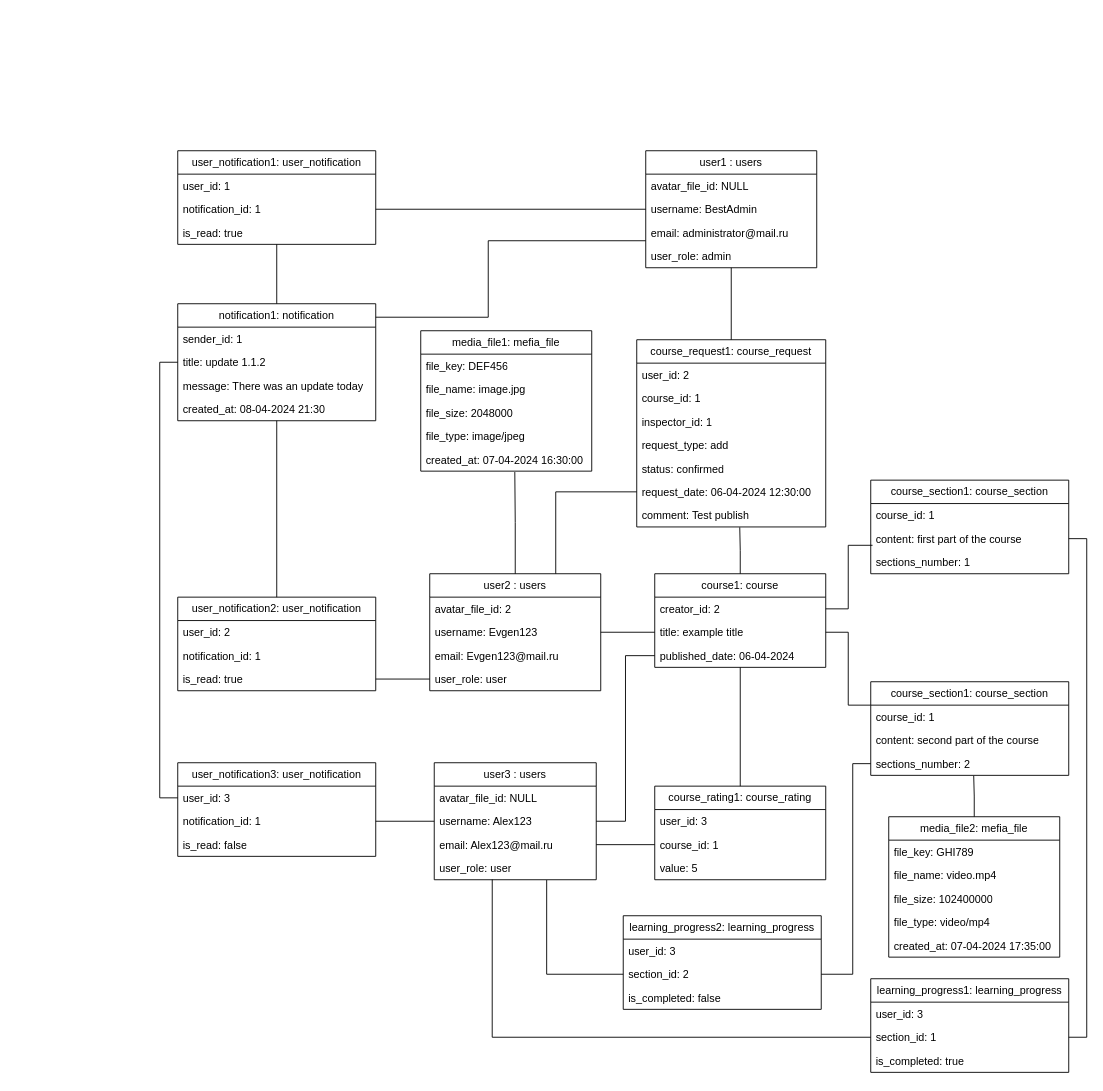
The draw.io diagram diagrams/Диаграмма объектов (Object diagram)/Диаграмма объектов.drawio in sahland/9.5-Team, before the edit. Source tidied: cells renumbered, new cells numbered last; positions are measured from the earlier drawing's top-left corner, leaving out a move shared by most shapes. Both pictures are drawn from the tidied source at 90%, with x=0, y=0 at pixel (177, 150).
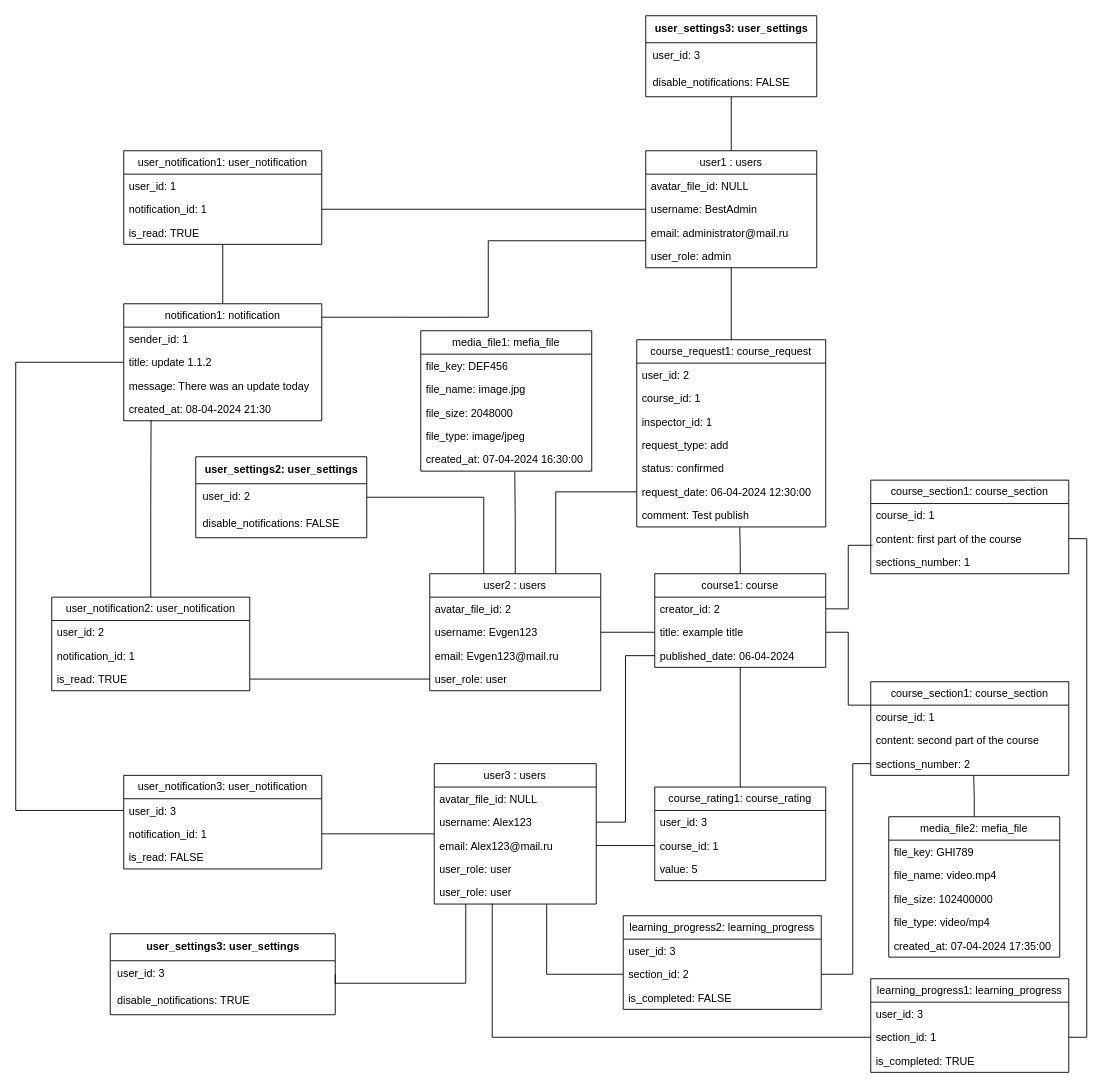
Above is the later version.

Commit message (it also covers changes not shown here):
fix: diagrams add user_setings

The change refers to these unchanged cells:
```xml
<mxCell id="3" value="user2 : users" style="swimlane;fontStyle=0;horizontal=1;startSize=26;fillColor=none;whiteSpace=wrap;html=1;" parent="1" vertex="1">
  <mxGeometry x="280" y="470" width="190" height="130" as="geometry" />
</mxCell>
<mxCell id="49" value="learning_progress1: learning_progress" style="swimlane;fontStyle=0;horizontal=1;startSize=26;fillColor=none;whiteSpace=wrap;html=1;" parent="1" vertex="1">
  <mxGeometry x="770" y="920" width="220" height="104" as="geometry" />
</mxCell>
<mxCell id="54" value="learning_progress2: learning_progress" style="swimlane;fontStyle=0;horizontal=1;startSize=26;fillColor=none;whiteSpace=wrap;html=1;" parent="1" vertex="1">
  <mxGeometry x="495" y="850" width="220" height="104" as="geometry" />
</mxCell>
<mxCell id="69" value="user1 : users" style="swimlane;fontStyle=0;horizontal=1;startSize=26;fillColor=none;whiteSpace=wrap;html=1;" parent="1" vertex="1">
  <mxGeometry x="520" width="190" height="130" as="geometry" />
</mxCell>
<mxCell id="79" value="title: update 1.1.2" style="text;strokeColor=none;fillColor=none;align=left;verticalAlign=top;spacingLeft=4;spacingRight=4;overflow=hidden;points=[[0,0.5],[1,0.5]];portConstraint=eastwest;whiteSpace=wrap;html=1;" parent="77" vertex="1">
  <mxGeometry y="52" width="220" height="26" as="geometry" />
</mxCell>
<mxCell id="81" value="created_at: 08-04-2024 21:30" style="text;strokeColor=none;fillColor=none;align=left;verticalAlign=top;spacingLeft=4;spacingRight=4;overflow=hidden;points=[[0,0.5],[1,0.5]];portConstraint=eastwest;whiteSpace=wrap;html=1;" parent="77" vertex="1">
  <mxGeometry y="104" width="220" height="26" as="geometry" />
</mxCell>
<mxCell id="91" value="user_id: 3" style="text;strokeColor=none;fillColor=none;align=left;verticalAlign=top;spacingLeft=4;spacingRight=4;overflow=hidden;points=[[0,0.5],[1,0.5]];portConstraint=eastwest;whiteSpace=wrap;html=1;" parent="90" vertex="1">
  <mxGeometry y="26" width="220" height="26" as="geometry" />
</mxCell>
```

What changed in the source:
```diff
@@
+    <mxCell id="100" style="edgeStyle=orthogonalEdgeStyle;rounded=0;jettySize=auto;html=1;entryX=1;entryY=0.5;entryDx=0;entryDy=0;endArrow=none;endFill=0;" parent="1" edge="1" source="3" target="104">
+      <mxGeometry relative="1" as="geometry">
+        <Array as="points">
+          <mxPoint x="340" y="385" />
+        </Array>
+      </mxGeometry>
+    </mxCell>
@@
+    <mxCell id="101" style="edgeStyle=orthogonalEdgeStyle;rounded=0;jettySize=auto;html=1;entryX=1;entryY=0.5;entryDx=0;entryDy=0;endArrow=none;endFill=0;" parent="1" edge="1" source="22" target="109">
+      <mxGeometry relative="1" as="geometry">
+        <Array as="points">
+          <mxPoint x="320" y="925" />
+        </Array>
+      </mxGeometry>
+    </mxCell>
     <mxCell id="22" value="user3 : users" style="swimlane;fontStyle=0;horizontal=1;startSize=26;fillColor=none;whiteSpace=wrap;html=1;" parent="1" vertex="1">
-      <mxGeometry x="285" y="680" width="180" height="130" as="geometry" />
+      <mxGeometry x="285" y="681" width="180" height="156" as="geometry" />
     </mxCell>
@@
+    <mxCell id="102" value="user_role: user" style="text;strokeColor=none;fillColor=none;align=left;verticalAlign=top;spacingLeft=4;spacingRight=4;overflow=hidden;whiteSpace=wrap;html=1;" parent="22" vertex="1">
+      <mxGeometry y="104" width="180" height="26" as="geometry" />
+    </mxCell>
     <mxCell id="26" value="user_role: user" style="text;strokeColor=none;fillColor=none;align=left;verticalAlign=top;spacingLeft=4;spacingRight=4;overflow=hidden;points=[[0,0.5],[1,0.5]];portConstraint=eastwest;whiteSpace=wrap;html=1;" parent="22" vertex="1">
-      <mxGeometry y="104" width="180" height="26" as="geometry" />
+      <mxGeometry y="130" width="180" height="26" as="geometry" />
     </mxCell>
@@
     <mxCell id="28" value="course_rating1: course_rating" style="swimlane;fontStyle=0;horizontal=1;startSize=26;fillColor=none;whiteSpace=wrap;html=1;" parent="1" vertex="1">
-      <mxGeometry x="530" y="706" width="190" height="104" as="geometry" />
+      <mxGeometry x="530" y="707" width="190" height="104" as="geometry" />
     </mxCell>
@@
-    <mxCell id="52" value="is_completed: true" style="text;strokeColor=none;fillColor=none;align=left;verticalAlign=top;spacingLeft=4;spacingRight=4;overflow=hidden;whiteSpace=wrap;html=1;" parent="49" vertex="1">
+    <mxCell id="52" value="is_completed: TRUE" style="text;strokeColor=none;fillColor=none;align=left;verticalAlign=top;spacingLeft=4;spacingRight=4;overflow=hidden;whiteSpace=wrap;html=1;" parent="49" vertex="1">
       <mxGeometry y="78" width="220" height="26" as="geometry" />
     </mxCell>
@@
-    <mxCell id="57" value="is_completed: false" style="text;strokeColor=none;fillColor=none;align=left;verticalAlign=top;spacingLeft=4;spacingRight=4;overflow=hidden;whiteSpace=wrap;html=1;" parent="54" vertex="1">
+    <mxCell id="57" value="is_completed: FALSE" style="text;strokeColor=none;fillColor=none;align=left;verticalAlign=top;spacingLeft=4;spacingRight=4;overflow=hidden;whiteSpace=wrap;html=1;" parent="54" vertex="1">
       <mxGeometry y="78" width="220" height="26" as="geometry" />
     </mxCell>
@@
     <mxCell id="77" value="notification1: notification" style="swimlane;fontStyle=0;horizontal=1;startSize=26;fillColor=none;whiteSpace=wrap;html=1;" parent="1" vertex="1">
-      <mxGeometry y="170" width="220" height="130" as="geometry" />
+      <mxGeometry x="-60" y="170" width="220" height="130" as="geometry" />
     </mxCell>
@@
     <mxCell id="82" value="user_notification1: user_notification" style="swimlane;fontStyle=0;horizontal=1;startSize=26;fillColor=none;whiteSpace=wrap;html=1;" parent="1" vertex="1">
-      <mxGeometry width="220" height="104" as="geometry" />
+      <mxGeometry x="-60" width="220" height="104" as="geometry" />
     </mxCell>
@@
-    <mxCell id="85" value="is_read: true" style="text;strokeColor=none;fillColor=none;align=left;verticalAlign=top;spacingLeft=4;spacingRight=4;overflow=hidden;points=[[0,0.5],[1,0.5]];portConstraint=eastwest;whiteSpace=wrap;html=1;" parent="82" vertex="1">
+    <mxCell id="85" value="is_read: TRUE" style="text;strokeColor=none;fillColor=none;align=left;verticalAlign=top;spacingLeft=4;spacingRight=4;overflow=hidden;points=[[0,0.5],[1,0.5]];portConstraint=eastwest;whiteSpace=wrap;html=1;" parent="82" vertex="1">
       <mxGeometry y="78" width="220" height="26" as="geometry" />
     </mxCell>
     <mxCell id="86" value="user_notification2: user_notification" style="swimlane;fontStyle=0;horizontal=1;startSize=26;fillColor=none;whiteSpace=wrap;html=1;" parent="1" vertex="1">
-      <mxGeometry y="496" width="220" height="104" as="geometry" />
+      <mxGeometry x="-140" y="496" width="220" height="104" as="geometry" />
     </mxCell>
@@
-    <mxCell id="89" value="is_read: true" style="text;strokeColor=none;fillColor=none;align=left;verticalAlign=top;spacingLeft=4;spacingRight=4;overflow=hidden;points=[[0,0.5],[1,0.5]];portConstraint=eastwest;whiteSpace=wrap;html=1;" parent="86" vertex="1">
+    <mxCell id="89" value="is_read: TRUE" style="text;strokeColor=none;fillColor=none;align=left;verticalAlign=top;spacingLeft=4;spacingRight=4;overflow=hidden;points=[[0,0.5],[1,0.5]];portConstraint=eastwest;whiteSpace=wrap;html=1;" parent="86" vertex="1">
       <mxGeometry y="78" width="220" height="26" as="geometry" />
     </mxCell>
     <mxCell id="90" value="user_notification3: user_notification" style="swimlane;fontStyle=0;horizontal=1;startSize=26;fillColor=none;whiteSpace=wrap;html=1;" parent="1" vertex="1">
-      <mxGeometry y="680" width="220" height="104" as="geometry" />
+      <mxGeometry x="-60" y="694" width="220" height="104" as="geometry" />
     </mxCell>
@@
-    <mxCell id="93" value="is_read: false" style="text;strokeColor=none;fillColor=none;align=left;verticalAlign=top;spacingLeft=4;spacingRight=4;overflow=hidden;whiteSpace=wrap;html=1;" parent="90" vertex="1">
+    <mxCell id="93" value="is_read: FALSE" style="text;strokeColor=none;fillColor=none;align=left;verticalAlign=top;spacingLeft=4;spacingRight=4;overflow=hidden;whiteSpace=wrap;html=1;" parent="90" vertex="1">
       <mxGeometry y="78" width="220" height="26" as="geometry" />
     </mxCell>
@@
     <mxCell id="96" style="edgeStyle=orthogonalEdgeStyle;rounded=0;jettySize=auto;html=1;entryX=0;entryY=0.5;entryDx=0;entryDy=0;endArrow=none;endFill=0;" parent="1" edge="1" source="91" target="79">
-      <mxGeometry relative="1" as="geometry" />
+      <mxGeometry relative="1" as="geometry">
+        <Array as="points">
+          <mxPoint x="-180" y="733" />
+          <mxPoint x="-180" y="235" />
+        </Array>
+      </mxGeometry>
     </mxCell>
-    <mxCell id="97" style="edgeStyle=orthogonalEdgeStyle;rounded=0;jettySize=auto;html=1;entryX=0.5;entryY=1;entryDx=0;entryDy=0;entryPerimeter=0;endArrow=none;endFill=0;" parent="1" edge="1" source="86" target="81">
+    <mxCell id="97" style="edgeStyle=orthogonalEdgeStyle;rounded=0;jettySize=auto;html=1;entryX=0.138;entryY=0.98;entryDx=0;entryDy=0;entryPerimeter=0;endArrow=none;endFill=0;" parent="1" edge="1" source="86" target="81">
       <mxGeometry relative="1" as="geometry" />
     </mxCell>
@@
+    <mxCell id="103" value="user_settings2: user_settings" style="shape=table;startSize=30;childLayout=tableLayout;rowLines=0;fontStyle=1;align=center;html=1;" parent="1" vertex="1">
+      <mxGeometry x="20" y="340" width="190" height="90" as="geometry" />
+    </mxCell>
+    <mxCell id="104" style="shape=tableRow;horizontal=0;startSize=0;swimlaneHead=0;swimlaneBody=0;fillColor=none;points=[[0,0.5],[1,0.5]];portConstraint=eastwest;top=0;left=0;right=0;bottom=0;" parent="103" vertex="1">
+      <mxGeometry y="30" width="190" height="30" as="geometry" />
+    </mxCell>
+    <mxCell id="105" value="user_id: 2" style="shape=partialRectangle;fillColor=none;top=0;left=0;bottom=0;right=0;align=left;spacingLeft=6;overflow=hidden;whiteSpace=wrap;html=1;" parent="104" vertex="1">
+      <mxGeometry width="190" height="30" as="geometry" />
+    </mxCell>
+    <mxCell id="106" style="shape=tableRow;horizontal=0;startSize=0;swimlaneHead=0;swimlaneBody=0;fillColor=none;top=0;left=0;right=0;bottom=0;" parent="103" vertex="1">
+      <mxGeometry y="60" width="190" height="30" as="geometry" />
+    </mxCell>
+    <mxCell id="107" value="disable_notifications: FALSE" style="shape=partialRectangle;fillColor=none;top=0;left=0;bottom=0;right=0;align=left;spacingLeft=6;overflow=hidden;whiteSpace=wrap;html=1;" parent="106" vertex="1">
+      <mxGeometry width="190" height="30" as="geometry" />
+    </mxCell>
+    <mxCell id="108" value="user_settings3: user_settings" style="shape=table;startSize=30;childLayout=tableLayout;rowLines=0;fontStyle=1;align=center;html=1;" parent="1" vertex="1">
+      <mxGeometry x="-75" y="870" width="250" height="90" as="geometry" />
+    </mxCell>
+    <mxCell id="109" style="shape=tableRow;horizontal=0;startSize=0;swimlaneHead=0;swimlaneBody=0;fillColor=none;points=[[0,0.5],[1,0.5]];portConstraint=eastwest;top=0;left=0;right=0;bottom=0;" parent="108" vertex="1">
+      <mxGeometry y="30" width="250" height="30" as="geometry" />
+    </mxCell>
+    <mxCell id="110" value="user_id: 3" style="shape=partialRectangle;fillColor=none;top=0;left=0;bottom=0;right=0;align=left;spacingLeft=6;overflow=hidden;whiteSpace=wrap;html=1;" parent="109" vertex="1">
+      <mxGeometry width="250" height="30" as="geometry" />
+    </mxCell>
+    <mxCell id="111" style="shape=tableRow;horizontal=0;startSize=0;swimlaneHead=0;swimlaneBody=0;fillColor=none;top=0;left=0;right=0;bottom=0;" parent="108" vertex="1">
+      <mxGeometry y="60" width="250" height="30" as="geometry" />
+    </mxCell>
+    <mxCell id="112" value="disable_notifications: TRUE" style="shape=partialRectangle;fillColor=none;top=0;left=0;bottom=0;right=0;align=left;spacingLeft=6;overflow=hidden;whiteSpace=wrap;html=1;" parent="111" vertex="1">
+      <mxGeometry width="250" height="30" as="geometry" />
+    </mxCell>
+    <mxCell id="113" style="edgeStyle=orthogonalEdgeStyle;rounded=0;jettySize=auto;html=1;entryX=0.5;entryY=0;entryDx=0;entryDy=0;endArrow=none;endFill=0;" parent="1" edge="1" source="114" target="69">
+      <mxGeometry relative="1" as="geometry" />
+    </mxCell>
+    <mxCell id="114" value="user_settings3: user_settings" style="shape=table;startSize=30;childLayout=tableLayout;rowLines=0;fontStyle=1;align=center;html=1;" parent="1" vertex="1">
+      <mxGeometry x="520" y="-150" width="190" height="90" as="geometry" />
+    </mxCell>
+    <mxCell id="115" style="shape=tableRow;horizontal=0;startSize=0;swimlaneHead=0;swimlaneBody=0;fillColor=none;top=0;left=0;right=0;bottom=0;" parent="114" vertex="1">
+      <mxGeometry y="30" width="190" height="30" as="geometry" />
+    </mxCell>
+    <mxCell id="116" value="user_id: 3" style="shape=partialRectangle;fillColor=none;top=0;left=0;bottom=0;right=0;align=left;spacingLeft=6;overflow=hidden;whiteSpace=wrap;html=1;" parent="115" vertex="1">
+      <mxGeometry width="190" height="30" as="geometry" />
+    </mxCell>
+    <mxCell id="117" style="shape=tableRow;horizontal=0;startSize=0;swimlaneHead=0;swimlaneBody=0;fillColor=none;top=0;left=0;right=0;bottom=0;" parent="114" vertex="1">
+      <mxGeometry y="60" width="190" height="30" as="geometry" />
+    </mxCell>
+    <mxCell id="118" value="disable_notifications: FALSE" style="shape=partialRectangle;fillColor=none;top=0;left=0;bottom=0;right=0;align=left;spacingLeft=6;overflow=hidden;whiteSpace=wrap;html=1;" parent="117" vertex="1">
+      <mxGeometry width="190" height="30" as="geometry" />
+    </mxCell>
```
